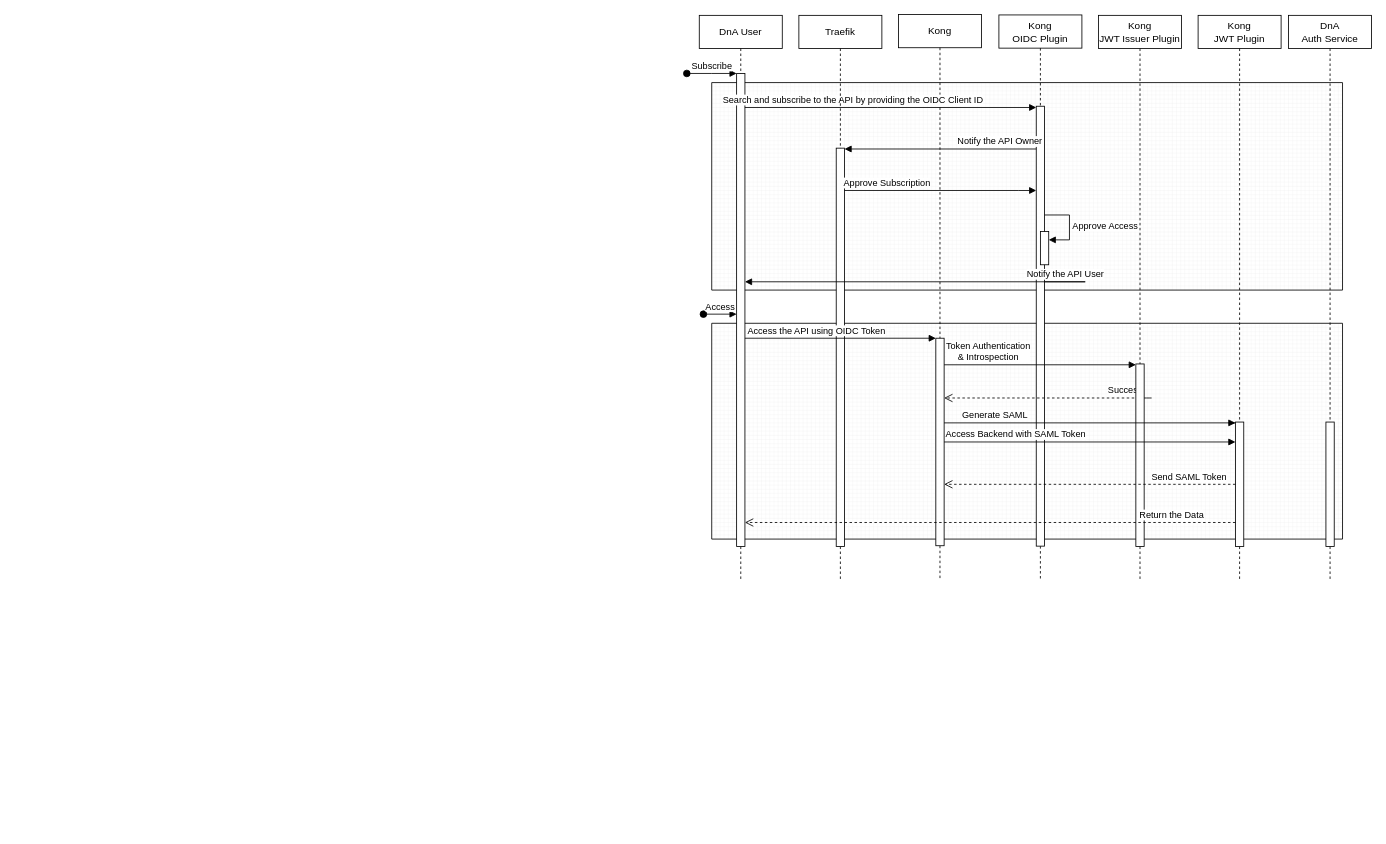
Earlier version of the draw.io diagram DnA Security Architecture With Kong.drawio (kameshbrao/ArchiModels). Source tidied: cells renumbered, new cells numbered last; positions are measured from the earlier drawing's top-left corner, leaving out a move shared by most shapes. Both pictures are drawn from the tidied source at 83%, with x=0, y=0 at pixel (686, 14).
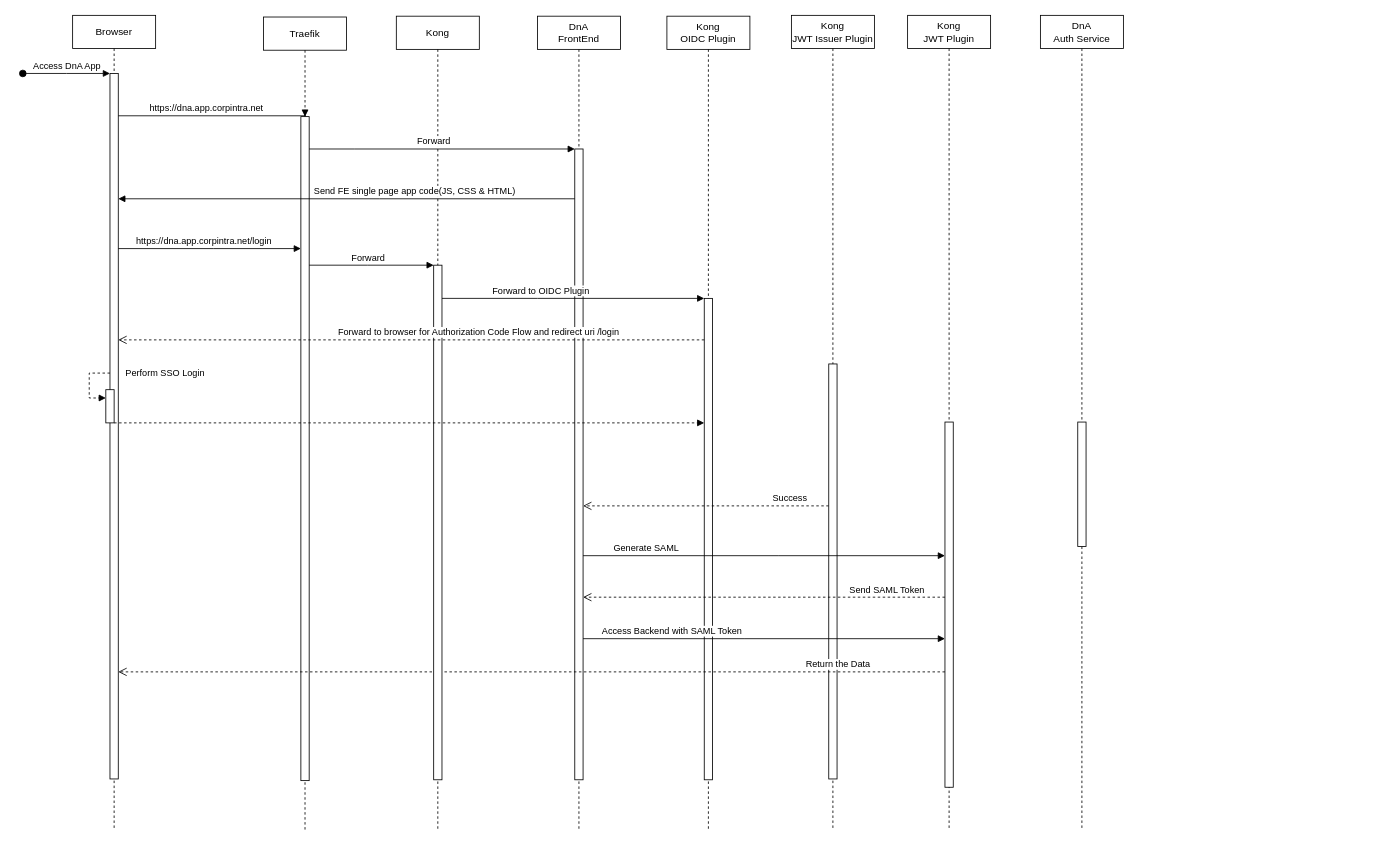
Above is the later version.

The edit, as a diff of the source:
```diff
@@
-    <mxCell id="2" style="verticalLabelPosition=bottom;verticalAlign=top;html=1;shape=mxgraph.basic.patternFillRect;fillStyle=grid;step=5;fillStrokeWidth=0.2;fillStrokeColor=#dddddd;" parent="1" vertex="1">
-      <mxGeometry x="30" y="372" width="760" height="260" as="geometry" />
-    </mxCell>
-    <mxCell id="3" style="verticalLabelPosition=bottom;verticalAlign=top;html=1;shape=mxgraph.basic.patternFillRect;fillStyle=grid;step=5;fillStrokeWidth=0.2;fillStrokeColor=#dddddd;" parent="1" vertex="1">
-      <mxGeometry x="30" y="82" width="760" height="250" as="geometry" />
-    </mxCell>
-    <mxCell id="4" value="DnA User" style="shape=umlLifeline;perimeter=lifelinePerimeter;whiteSpace=wrap;html=1;newEdgeStyle={&quot;edgeStyle&quot;:&quot;elbowEdgeStyle&quot;,&quot;elbow&quot;:&quot;vertical&quot;,&quot;curved&quot;:0,&quot;rounded&quot;:0};" parent="1" vertex="1">
-      <mxGeometry x="15" y="1" width="100" height="681" as="geometry" />
+    <mxCell id="4" value="Browser" style="shape=umlLifeline;perimeter=lifelinePerimeter;whiteSpace=wrap;html=1;newEdgeStyle={&quot;edgeStyle&quot;:&quot;elbowEdgeStyle&quot;,&quot;elbow&quot;:&quot;vertical&quot;,&quot;curved&quot;:0,&quot;rounded&quot;:0};" parent="1" vertex="1">
+      <mxGeometry x="-740" y="1" width="100" height="981" as="geometry" />
     </mxCell>
     <mxCell id="5" style="html=1;points=[];perimeter=orthogonalPerimeter;outlineConnect=0;targetShapes=umlLifeline;portConstraint=eastwest;newEdgeStyle={&quot;edgeStyle&quot;:&quot;elbowEdgeStyle&quot;,&quot;elbow&quot;:&quot;vertical&quot;,&quot;curved&quot;:0,&quot;rounded&quot;:0};" parent="4" vertex="1">
-      <mxGeometry x="45" y="70" width="10" height="570" as="geometry" />
+      <mxGeometry x="45" y="70" width="10" height="850" as="geometry" />
     </mxCell>
-    <mxCell id="6" value="Subscribe" style="html=1;verticalAlign=bottom;startArrow=oval;endArrow=block;startSize=8;edgeStyle=elbowEdgeStyle;elbow=vertical;curved=0;rounded=0;" parent="4" edge="1" target="5">
+    <mxCell id="6" value="Access DnA App" style="html=1;verticalAlign=bottom;startArrow=oval;endArrow=block;startSize=8;edgeStyle=elbowEdgeStyle;elbow=vertical;curved=0;rounded=0;" parent="4" edge="1" target="5">
       <mxGeometry relative="1" as="geometry">
-        <mxPoint x="-15" y="70" as="sourcePoint" />
+        <mxPoint x="-60" y="70" as="sourcePoint" />
       </mxGeometry>
     </mxCell>
+    <mxCell id="33" style="html=1;points=[];perimeter=orthogonalPerimeter;outlineConnect=0;targetShapes=umlLifeline;portConstraint=eastwest;newEdgeStyle={&quot;edgeStyle&quot;:&quot;elbowEdgeStyle&quot;,&quot;elbow&quot;:&quot;vertical&quot;,&quot;curved&quot;:0,&quot;rounded&quot;:0};" parent="4" vertex="1">
+      <mxGeometry x="40" y="451" width="10" height="40" as="geometry" />
+    </mxCell>
+    <mxCell id="34" value="Perform SSO Login" style="html=1;align=left;spacingLeft=2;endArrow=block;rounded=0;edgeStyle=orthogonalEdgeStyle;curved=0;rounded=0;dashed=1;" parent="4" edge="1" target="33">
+      <mxGeometry x="-1" y="-15" relative="1" as="geometry">
+        <mxPoint x="45" y="431" as="sourcePoint" />
+        <Array as="points">
+          <mxPoint x="20" y="431" />
+          <mxPoint x="20" y="461" />
+        </Array>
+        <mxPoint x="15" y="15" as="offset" />
+      </mxGeometry>
+    </mxCell>
-    <mxCell id="7" value="Kong" style="shape=umlLifeline;perimeter=lifelinePerimeter;whiteSpace=wrap;html=1;newEdgeStyle={&quot;edgeStyle&quot;:&quot;elbowEdgeStyle&quot;,&quot;elbow&quot;:&quot;vertical&quot;,&quot;curved&quot;:0,&quot;rounded&quot;:0};" parent="1" vertex="1">
-      <mxGeometry x="255" width="100" height="681" as="geometry" />
+    <mxCell id="7" value="DnA&lt;br&gt;FrontEnd" style="shape=umlLifeline;perimeter=lifelinePerimeter;whiteSpace=wrap;html=1;newEdgeStyle={&quot;edgeStyle&quot;:&quot;elbowEdgeStyle&quot;,&quot;elbow&quot;:&quot;vertical&quot;,&quot;curved&quot;:0,&quot;rounded&quot;:0};" parent="1" vertex="1">
+      <mxGeometry x="-180" y="2" width="100" height="980" as="geometry" />
     </mxCell>
     <mxCell id="8" style="html=1;points=[];perimeter=orthogonalPerimeter;outlineConnect=0;targetShapes=umlLifeline;portConstraint=eastwest;newEdgeStyle={&quot;edgeStyle&quot;:&quot;elbowEdgeStyle&quot;,&quot;elbow&quot;:&quot;vertical&quot;,&quot;curved&quot;:0,&quot;rounded&quot;:0};" parent="7" vertex="1">
-      <mxGeometry x="45" y="390" width="10" height="250" as="geometry" />
+      <mxGeometry x="45" y="160" width="10" height="760" as="geometry" />
     </mxCell>
-    <mxCell id="9" value="Search and subscribe to the API by providing the OIDC Client ID" style="html=1;verticalAlign=bottom;endArrow=block;edgeStyle=elbowEdgeStyle;elbow=vertical;curved=0;rounded=0;" parent="1" edge="1" source="5" target="11">
-      <mxGeometry x="-0.26" relative="1" as="geometry">
+    <mxCell id="9" value="https://dna.app.corpintra.net" style="html=1;verticalAlign=bottom;endArrow=block;edgeStyle=elbowEdgeStyle;elbow=vertical;curved=0;rounded=0;" parent="1" edge="1" source="5" target="17">
+      <mxGeometry x="-0.06" relative="1" as="geometry">
         <Array as="points">
-          <mxPoint x="230" y="112" />
-          <mxPoint x="400" y="112" />
-          <mxPoint x="580" y="132" />
-          <mxPoint x="170" y="107" />
+          <mxPoint x="-530" y="122" />
+          <mxPoint x="-205" y="112" />
+          <mxPoint x="-25" y="132" />
+          <mxPoint x="-435" y="107" />
         </Array>
       </mxGeometry>
     </mxCell>
     <mxCell id="10" value="Kong &lt;br&gt;OIDC Plugin" style="shape=umlLifeline;perimeter=lifelinePerimeter;whiteSpace=wrap;html=1;newEdgeStyle={&quot;edgeStyle&quot;:&quot;elbowEdgeStyle&quot;,&quot;elbow&quot;:&quot;vertical&quot;,&quot;curved&quot;:0,&quot;rounded&quot;:0};" parent="1" vertex="1">
-      <mxGeometry x="376" y="0.5" width="100" height="681" as="geometry" />
+      <mxGeometry x="-24" y="2" width="100" height="980" as="geometry" />
     </mxCell>
     <mxCell id="11" style="html=1;points=[];perimeter=orthogonalPerimeter;outlineConnect=0;targetShapes=umlLifeline;portConstraint=eastwest;newEdgeStyle={&quot;edgeStyle&quot;:&quot;elbowEdgeStyle&quot;,&quot;elbow&quot;:&quot;vertical&quot;,&quot;curved&quot;:0,&quot;rounded&quot;:0};" parent="10" vertex="1">
-      <mxGeometry x="45" y="110" width="10" height="530" as="geometry" />
+      <mxGeometry x="45" y="340" width="10" height="580" as="geometry" />
     </mxCell>
-    <mxCell id="12" style="html=1;points=[];perimeter=orthogonalPerimeter;outlineConnect=0;targetShapes=umlLifeline;portConstraint=eastwest;newEdgeStyle={&quot;edgeStyle&quot;:&quot;elbowEdgeStyle&quot;,&quot;elbow&quot;:&quot;vertical&quot;,&quot;curved&quot;:0,&quot;rounded&quot;:0};" parent="10" vertex="1">
-      <mxGeometry x="50" y="261" width="10" height="40" as="geometry" />
-    </mxCell>
-    <mxCell id="13" value="Approve Access&amp;nbsp;" style="html=1;align=left;spacingLeft=2;endArrow=block;rounded=0;edgeStyle=orthogonalEdgeStyle;curved=0;rounded=0;" parent="10" edge="1" target="12">
-      <mxGeometry relative="1" as="geometry">
-        <mxPoint x="55" y="241" as="sourcePoint" />
-        <Array as="points">
-          <mxPoint x="85" y="271" />
-        </Array>
-      </mxGeometry>
-    </mxCell>
     <mxCell id="14" value="Kong&lt;br&gt;JWT Plugin" style="shape=umlLifeline;perimeter=lifelinePerimeter;whiteSpace=wrap;html=1;newEdgeStyle={&quot;edgeStyle&quot;:&quot;elbowEdgeStyle&quot;,&quot;elbow&quot;:&quot;vertical&quot;,&quot;curved&quot;:0,&quot;rounded&quot;:0};" parent="1" vertex="1">
-      <mxGeometry x="616" y="1" width="100" height="681" as="geometry" />
+      <mxGeometry x="266" y="1" width="100" height="981" as="geometry" />
     </mxCell>
     <mxCell id="15" style="html=1;points=[];perimeter=orthogonalPerimeter;outlineConnect=0;targetShapes=umlLifeline;portConstraint=eastwest;newEdgeStyle={&quot;edgeStyle&quot;:&quot;elbowEdgeStyle&quot;,&quot;elbow&quot;:&quot;vertical&quot;,&quot;curved&quot;:0,&quot;rounded&quot;:0};" parent="14" vertex="1">
-      <mxGeometry x="45" y="490" width="10" height="150" as="geometry" />
+      <mxGeometry x="45" y="490" width="10" height="440" as="geometry" />
     </mxCell>
     <mxCell id="16" value="Traefik" style="shape=umlLifeline;perimeter=lifelinePerimeter;whiteSpace=wrap;html=1;newEdgeStyle={&quot;edgeStyle&quot;:&quot;elbowEdgeStyle&quot;,&quot;elbow&quot;:&quot;vertical&quot;,&quot;curved&quot;:0,&quot;rounded&quot;:0};" parent="1" vertex="1">
-      <mxGeometry x="135" y="1" width="100" height="680" as="geometry" />
+      <mxGeometry x="-510" y="3" width="100" height="979" as="geometry" />
     </mxCell>
     <mxCell id="17" style="html=1;points=[];perimeter=orthogonalPerimeter;outlineConnect=0;targetShapes=umlLifeline;portConstraint=eastwest;newEdgeStyle={&quot;edgeStyle&quot;:&quot;elbowEdgeStyle&quot;,&quot;elbow&quot;:&quot;vertical&quot;,&quot;curved&quot;:0,&quot;rounded&quot;:0};" parent="16" vertex="1">
-      <mxGeometry x="45" y="160" width="10" height="480" as="geometry" />
+      <mxGeometry x="45" y="120" width="10" height="800" as="geometry" />
     </mxCell>
-    <mxCell id="18" value="Notify the API Owner" style="html=1;verticalAlign=bottom;endArrow=block;edgeStyle=elbowEdgeStyle;elbow=vertical;curved=0;rounded=0;" parent="1" edge="1" source="11" target="17">
-      <mxGeometry x="-0.62" relative="1" as="geometry">
-        <Array as="points">
-          <mxPoint x="405" y="162" />
-          <mxPoint x="365" y="142" />
-          <mxPoint x="95" y="142" />
-          <mxPoint x="375" y="142" />
-          <mxPoint x="225" y="202" />
-          <mxPoint x="245" y="172" />
-          <mxPoint x="205" y="142" />
-        </Array>
-      </mxGeometry>
-    </mxCell>
-    <mxCell id="19" value="Approve Subscription" style="html=1;verticalAlign=bottom;endArrow=block;edgeStyle=elbowEdgeStyle;elbow=vertical;curved=0;rounded=0;" parent="1" edge="1" source="17" target="11">
-      <mxGeometry x="-0.56" relative="1" as="geometry">
-        <Array as="points">
-          <mxPoint x="400" y="212" />
-          <mxPoint x="500" y="222" />
-          <mxPoint x="580" y="242" />
-          <mxPoint x="325" y="232" />
-        </Array>
-      </mxGeometry>
-    </mxCell>
-    <mxCell id="20" value="Notify the API User" style="html=1;verticalAlign=bottom;endArrow=block;edgeStyle=elbowEdgeStyle;elbow=vertical;curved=0;rounded=0;" parent="1" edge="1" source="11" target="5">
-      <mxGeometry x="-0.68" relative="1" as="geometry">
-        <Array as="points">
-          <mxPoint x="480" y="322" />
-          <mxPoint x="490" y="342" />
-          <mxPoint x="330" y="322" />
-          <mxPoint x="250" y="312" />
-          <mxPoint x="400" y="322" />
-          <mxPoint x="360" y="302" />
-          <mxPoint x="90" y="302" />
-          <mxPoint x="370" y="302" />
-          <mxPoint x="220" y="362" />
-          <mxPoint x="240" y="332" />
-          <mxPoint x="200" y="302" />
-        </Array>
-      </mxGeometry>
-    </mxCell>
-    <mxCell id="21" value="Access" style="html=1;verticalAlign=bottom;startArrow=oval;endArrow=block;startSize=8;edgeStyle=elbowEdgeStyle;elbow=vertical;curved=0;rounded=0;" parent="1" edge="1" target="5">
-      <mxGeometry relative="1" as="geometry">
-        <mxPoint x="20" y="361" as="sourcePoint" />
-      </mxGeometry>
-    </mxCell>
-    <mxCell id="22" value="Access the API using OIDC Token" style="html=1;verticalAlign=bottom;endArrow=block;edgeStyle=elbowEdgeStyle;elbow=vertical;curved=0;rounded=0;" parent="1" edge="1" source="5" target="8">
+    <mxCell id="22" value="Forward to OIDC Plugin" style="html=1;verticalAlign=bottom;endArrow=block;edgeStyle=elbowEdgeStyle;elbow=vertical;curved=0;rounded=0;" parent="1" edge="1" source="36" target="11">
       <mxGeometry x="-0.25" relative="1" as="geometry">
         <Array as="points">
-          <mxPoint x="310" y="392" />
-          <mxPoint x="330" y="422" />
-          <mxPoint x="585" y="412" />
-          <mxPoint x="175" y="387" />
+          <mxPoint x="-180" y="342" />
+          <mxPoint x="-295" y="392" />
+          <mxPoint x="-275" y="422" />
+          <mxPoint x="-20" y="412" />
+          <mxPoint x="-430" y="387" />
         </Array>
       </mxGeometry>
     </mxCell>
-    <mxCell id="23" value="Token Authentication &lt;br&gt;&amp;amp; Introspection" style="html=1;verticalAlign=bottom;endArrow=block;edgeStyle=elbowEdgeStyle;elbow=vertical;curved=0;rounded=0;" parent="1" edge="1" source="8" target="26">
-      <mxGeometry x="-0.54" relative="1" as="geometry">
-        <Array as="points">
-          <mxPoint x="440" y="422" />
-          <mxPoint x="450" y="452" />
-          <mxPoint x="470" y="432" />
-          <mxPoint x="520" y="422" />
-          <mxPoint x="580" y="442" />
-          <mxPoint x="940" y="462" />
-          <mxPoint x="530" y="437" />
-        </Array>
-      </mxGeometry>
-    </mxCell>
     <mxCell id="24" value="Success" style="html=1;verticalAlign=bottom;endArrow=open;dashed=1;endSize=8;edgeStyle=elbowEdgeStyle;elbow=vertical;curved=0;rounded=0;" parent="1" edge="1" source="26" target="8">
       <mxGeometry x="-0.68" relative="1" as="geometry">
         <Array as="points">
-          <mxPoint x="560" y="462" />
-          <mxPoint x="440" y="452" />
-          <mxPoint x="490" y="482" />
-          <mxPoint x="520" y="462" />
+          <mxPoint x="110" y="592" />
+          <mxPoint x="-45" y="462" />
+          <mxPoint x="-165" y="452" />
+          <mxPoint x="-115" y="482" />
+          <mxPoint x="-85" y="462" />
         </Array>
       </mxGeometry>
     </mxCell>
     <mxCell id="25" value="Kong&lt;br&gt;JWT Issuer Plugin" style="shape=umlLifeline;perimeter=lifelinePerimeter;whiteSpace=wrap;html=1;newEdgeStyle={&quot;edgeStyle&quot;:&quot;elbowEdgeStyle&quot;,&quot;elbow&quot;:&quot;vertical&quot;,&quot;curved&quot;:0,&quot;rounded&quot;:0};" parent="1" vertex="1">
-      <mxGeometry x="496" y="1" width="100" height="681" as="geometry" />
+      <mxGeometry x="126" y="1" width="100" height="981" as="geometry" />
     </mxCell>
     <mxCell id="26" style="html=1;points=[];perimeter=orthogonalPerimeter;outlineConnect=0;targetShapes=umlLifeline;portConstraint=eastwest;newEdgeStyle={&quot;edgeStyle&quot;:&quot;elbowEdgeStyle&quot;,&quot;elbow&quot;:&quot;vertical&quot;,&quot;curved&quot;:0,&quot;rounded&quot;:0};" parent="25" vertex="1">
-      <mxGeometry x="45" y="420" width="10" height="220" as="geometry" />
+      <mxGeometry x="45" y="420" width="10" height="500" as="geometry" />
     </mxCell>
     <mxCell id="27" value="Return the Data" style="html=1;verticalAlign=bottom;endArrow=open;dashed=1;endSize=8;edgeStyle=elbowEdgeStyle;elbow=vertical;curved=0;rounded=0;" parent="1" edge="1" source="15" target="5">
       <mxGeometry x="-0.74" relative="1" as="geometry">
         <Array as="points">
-          <mxPoint x="620" y="612" />
-          <mxPoint x="300" y="582" />
+          <mxPoint x="50" y="792" />
+          <mxPoint x="15" y="612" />
+          <mxPoint x="-305" y="582" />
         </Array>
       </mxGeometry>
     </mxCell>
     <mxCell id="28" value="Send SAML Token" style="html=1;verticalAlign=bottom;endArrow=open;dashed=1;endSize=8;edgeStyle=elbowEdgeStyle;elbow=vertical;curved=0;rounded=0;" parent="1" edge="1" source="15" target="8">
       <mxGeometry x="-0.68" relative="1" as="geometry">
         <Array as="points">
-          <mxPoint x="665" y="522" />
-          <mxPoint x="545" y="512" />
-          <mxPoint x="595" y="542" />
-          <mxPoint x="625" y="522" />
+          <mxPoint x="90" y="702" />
+          <mxPoint x="60" y="522" />
+          <mxPoint x="-60" y="512" />
+          <mxPoint x="-10" y="542" />
+          <mxPoint x="20" y="522" />
         </Array>
       </mxGeometry>
     </mxCell>
     <mxCell id="29" value="Generate SAML" style="html=1;verticalAlign=bottom;endArrow=block;edgeStyle=elbowEdgeStyle;elbow=vertical;curved=0;rounded=0;" parent="1" edge="1" source="8" target="15">
       <mxGeometry x="-0.65" relative="1" as="geometry">
         <Array as="points">
-          <mxPoint x="660" y="492" />
-          <mxPoint x="650" y="482" />
-          <mxPoint x="530" y="542" />
-          <mxPoint x="540" y="522" />
-          <mxPoint x="525" y="502" />
-          <mxPoint x="585" y="522" />
-          <mxPoint x="945" y="542" />
-          <mxPoint x="535" y="517" />
+          <mxPoint x="110" y="652" />
+          <mxPoint x="55" y="492" />
+          <mxPoint x="45" y="482" />
+          <mxPoint x="-75" y="542" />
+          <mxPoint x="-65" y="522" />
+          <mxPoint x="-80" y="502" />
+          <mxPoint x="-20" y="522" />
+          <mxPoint x="340" y="542" />
+          <mxPoint x="-70" y="517" />
         </Array>
       </mxGeometry>
     </mxCell>
     <mxCell id="30" value="Access Backend with SAML Token" style="html=1;verticalAlign=bottom;endArrow=block;edgeStyle=elbowEdgeStyle;elbow=vertical;curved=0;rounded=0;" parent="1" edge="1" source="8" target="15">
       <mxGeometry x="-0.51" relative="1" as="geometry">
         <Array as="points">
-          <mxPoint x="665" y="562" />
-          <mxPoint x="655" y="552" />
-          <mxPoint x="535" y="612" />
-          <mxPoint x="545" y="592" />
-          <mxPoint x="530" y="572" />
-          <mxPoint x="590" y="592" />
-          <mxPoint x="950" y="612" />
-          <mxPoint x="540" y="587" />
+          <mxPoint x="70" y="752" />
+          <mxPoint x="50" y="702" />
+          <mxPoint x="50" y="552" />
+          <mxPoint x="-70" y="612" />
+          <mxPoint x="-60" y="592" />
+          <mxPoint x="-75" y="572" />
+          <mxPoint x="-15" y="592" />
+          <mxPoint x="345" y="612" />
+          <mxPoint x="-65" y="587" />
         </Array>
       </mxGeometry>
     </mxCell>
     <mxCell id="31" value="DnA &lt;br&gt;Auth Service" style="shape=umlLifeline;perimeter=lifelinePerimeter;whiteSpace=wrap;html=1;newEdgeStyle={&quot;edgeStyle&quot;:&quot;elbowEdgeStyle&quot;,&quot;elbow&quot;:&quot;vertical&quot;,&quot;curved&quot;:0,&quot;rounded&quot;:0};" parent="1" vertex="1">
-      <mxGeometry x="725" y="1" width="100" height="681" as="geometry" />
+      <mxGeometry x="426" y="1" width="100" height="981" as="geometry" />
     </mxCell>
@@
+    <mxCell id="35" value="Kong" style="shape=umlLifeline;perimeter=lifelinePerimeter;whiteSpace=wrap;html=1;newEdgeStyle={&quot;edgeStyle&quot;:&quot;elbowEdgeStyle&quot;,&quot;elbow&quot;:&quot;vertical&quot;,&quot;curved&quot;:0,&quot;rounded&quot;:0};" parent="1" vertex="1">
+      <mxGeometry x="-350" y="2" width="100" height="980" as="geometry" />
+    </mxCell>
+    <mxCell id="36" style="html=1;points=[];perimeter=orthogonalPerimeter;outlineConnect=0;targetShapes=umlLifeline;portConstraint=eastwest;newEdgeStyle={&quot;edgeStyle&quot;:&quot;elbowEdgeStyle&quot;,&quot;elbow&quot;:&quot;vertical&quot;,&quot;curved&quot;:0,&quot;rounded&quot;:0};" parent="35" vertex="1">
+      <mxGeometry x="45" y="300" width="10" height="620" as="geometry" />
+    </mxCell>
+    <mxCell id="37" value="Forward" style="html=1;verticalAlign=bottom;endArrow=block;edgeStyle=elbowEdgeStyle;elbow=vertical;curved=0;rounded=0;" parent="1" edge="1" source="17" target="8">
+      <mxGeometry x="-0.06" relative="1" as="geometry">
+        <Array as="points">
+          <mxPoint x="-400" y="162" />
+          <mxPoint x="-20" y="132" />
+          <mxPoint x="160" y="152" />
+          <mxPoint x="-250" y="127" />
+        </Array>
+      </mxGeometry>
+    </mxCell>
+    <mxCell id="38" value="Send FE single page app code(JS, CSS &amp;amp; HTML)" style="html=1;verticalAlign=bottom;endArrow=block;edgeStyle=elbowEdgeStyle;elbow=vertical;curved=0;rounded=0;" parent="1" edge="1" source="8" target="5">
+      <mxGeometry x="-0.3" relative="1" as="geometry">
+        <Array as="points">
+          <mxPoint x="-370" y="222" />
+          <mxPoint x="-330" y="242" />
+          <mxPoint x="-490" y="222" />
+          <mxPoint x="-570" y="212" />
+          <mxPoint x="-420" y="222" />
+          <mxPoint x="-460" y="202" />
+          <mxPoint x="-730" y="202" />
+          <mxPoint x="-450" y="202" />
+          <mxPoint x="-600" y="262" />
+          <mxPoint x="-580" y="232" />
+          <mxPoint x="-620" y="202" />
+        </Array>
+      </mxGeometry>
+    </mxCell>
+    <mxCell id="39" value="https://dna.app.corpintra.net/login" style="html=1;verticalAlign=bottom;endArrow=block;edgeStyle=elbowEdgeStyle;elbow=vertical;curved=0;rounded=0;" parent="1" edge="1" source="5" target="17">
+      <mxGeometry x="-0.06" relative="1" as="geometry">
+        <Array as="points">
+          <mxPoint x="-570" y="282" />
+          <mxPoint x="-525" y="302" />
+          <mxPoint x="-200" y="292" />
+          <mxPoint x="-20" y="312" />
+          <mxPoint x="-430" y="287" />
+        </Array>
+      </mxGeometry>
+    </mxCell>
+    <mxCell id="40" value="Forward" style="html=1;verticalAlign=bottom;endArrow=block;edgeStyle=elbowEdgeStyle;elbow=vertical;curved=0;rounded=0;" parent="1" edge="1" source="17" target="36">
+      <mxGeometry x="-0.06" relative="1" as="geometry">
+        <Array as="points">
+          <mxPoint x="-385" y="302" />
+          <mxPoint x="-5" y="272" />
+          <mxPoint x="175" y="292" />
+          <mxPoint x="-235" y="267" />
+        </Array>
+      </mxGeometry>
+    </mxCell>
+    <mxCell id="20" value="Forward to browser for Authorization Code Flow and redirect uri /login" style="html=1;verticalAlign=bottom;endArrow=open;dashed=1;endSize=8;edgeStyle=elbowEdgeStyle;elbow=vertical;curved=0;rounded=0;" parent="1" edge="1" source="11" target="5">
+      <mxGeometry x="-0.23" relative="1" as="geometry">
+        <Array as="points">
+          <mxPoint x="-295" y="392" />
+          <mxPoint x="-255" y="412" />
+          <mxPoint x="-415" y="392" />
+          <mxPoint x="-495" y="382" />
+          <mxPoint x="-345" y="392" />
+          <mxPoint x="-385" y="372" />
+          <mxPoint x="-655" y="372" />
+          <mxPoint x="-375" y="372" />
+          <mxPoint x="-525" y="432" />
+          <mxPoint x="-505" y="402" />
+          <mxPoint x="-545" y="372" />
+        </Array>
+      </mxGeometry>
+    </mxCell>
+    <mxCell id="41" style="html=1;verticalAlign=bottom;endArrow=block;edgeStyle=elbowEdgeStyle;elbow=vertical;curved=0;rounded=0;dashed=1;" parent="1" edge="1" source="33" target="11">
+      <mxGeometry x="-0.27" relative="1" as="geometry">
+        <Array as="points">
+          <mxPoint x="-480" y="492" />
+          <mxPoint x="-580" y="482" />
+          <mxPoint x="-415" y="502" />
+          <mxPoint x="-470" y="342" />
+          <mxPoint x="-480" y="332" />
+          <mxPoint x="-600" y="392" />
+          <mxPoint x="-590" y="372" />
+          <mxPoint x="-605" y="352" />
+          <mxPoint x="-545" y="372" />
+          <mxPoint x="-185" y="392" />
+          <mxPoint x="-595" y="367" />
+        </Array>
+      </mxGeometry>
+    </mxCell>
```
